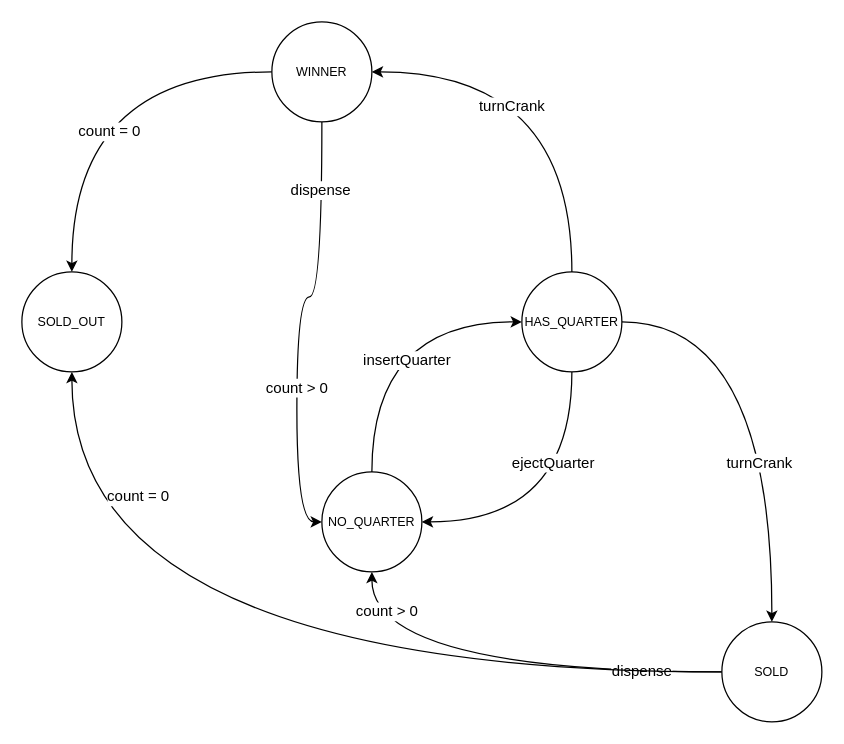
The draw.io diagram src/patterns/state/gumball.drawio in codetaro/HeadFirstDesignPatterns, before the edit. Source tidied: cells renumbered, new cells numbered last; positions are measured from the earlier drawing's top-left corner, leaving out a move shared by most shapes. Both pictures are drawn from the tidied source at 125%, with x=0, y=0 at pixel (21, 21).
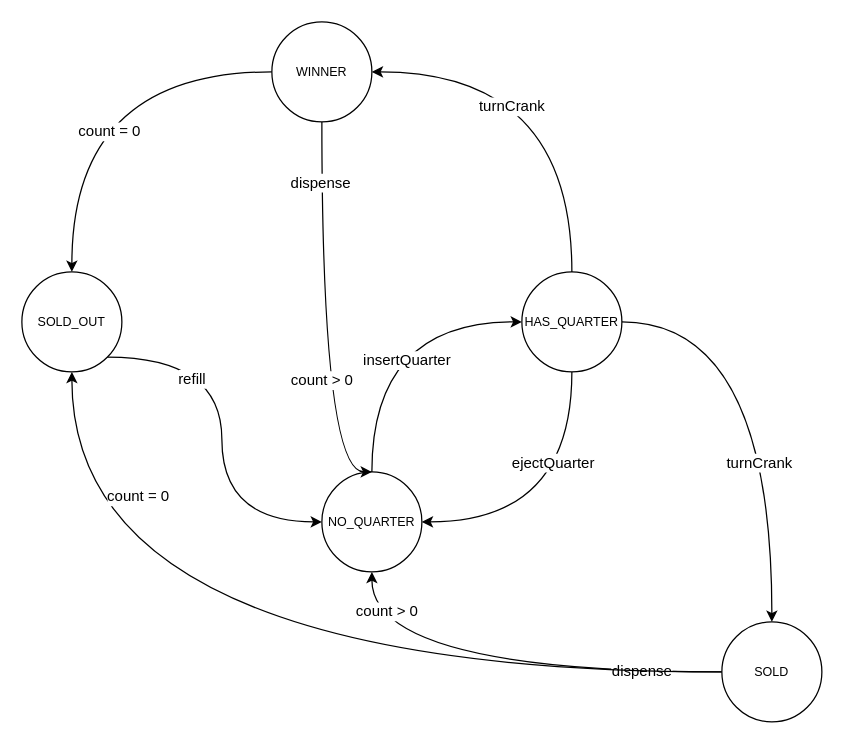
The same page after the edit.

Unchanged cells that the change refers to:
```xml
<mxCell id="2" value="&lt;font style=&quot;font-size: 10px&quot;&gt;SOLD_OUT&lt;/font&gt;" style="ellipse;whiteSpace=wrap;html=1;" parent="1" vertex="1">
  <mxGeometry y="200" width="80" height="80" as="geometry" />
</mxCell>
<mxCell id="5" value="&lt;font style=&quot;font-size: 10px&quot;&gt;NO_QUARTER&lt;/font&gt;" style="ellipse;whiteSpace=wrap;html=1;" parent="1" vertex="1">
  <mxGeometry x="240" y="360" width="80" height="80" as="geometry" />
</mxCell>
<mxCell id="24" value="&lt;font style=&quot;font-size: 10px&quot;&gt;WINNER&lt;/font&gt;" style="ellipse;whiteSpace=wrap;html=1;" parent="1" vertex="1">
  <mxGeometry x="200" width="80" height="80" as="geometry" />
</mxCell>
```

Change to the diagram source:
```diff
@@
+    <mxCell id="25" style="edgeStyle=orthogonalEdgeStyle;jettySize=auto;html=1;exitX=1;exitY=1;exitDx=0;exitDy=0;entryX=0;entryY=0.5;entryDx=0;entryDy=0;curved=1;" parent="1" edge="1" source="2" target="5">
+      <mxGeometry relative="1" as="geometry" />
+    </mxCell>
+    <mxCell id="26" value="refill" style="text;html=1;align=center;verticalAlign=middle;labelBackgroundColor=#ffffff;" parent="25" vertex="1">
+      <mxGeometry x="-0.56" y="-17" relative="1" as="geometry" />
+    </mxCell>
@@
-    <mxCell id="19" style="edgeStyle=orthogonalEdgeStyle;jettySize=auto;html=1;exitX=0.5;exitY=1;exitDx=0;exitDy=0;entryX=0;entryY=0.5;entryDx=0;entryDy=0;curved=1;" parent="1" edge="1" source="24" target="5">
-      <mxGeometry relative="1" as="geometry" />
+    <mxCell id="19" style="edgeStyle=orthogonalEdgeStyle;jettySize=auto;html=1;exitX=0.5;exitY=1;exitDx=0;exitDy=0;entryX=0.5;entryY=0;entryDx=0;entryDy=0;curved=1;" parent="1" edge="1" source="24" target="5">
+      <mxGeometry relative="1" as="geometry">
+        <Array as="points">
+          <mxPoint x="240" y="360" />
+        </Array>
+      </mxGeometry>
     </mxCell>
```
